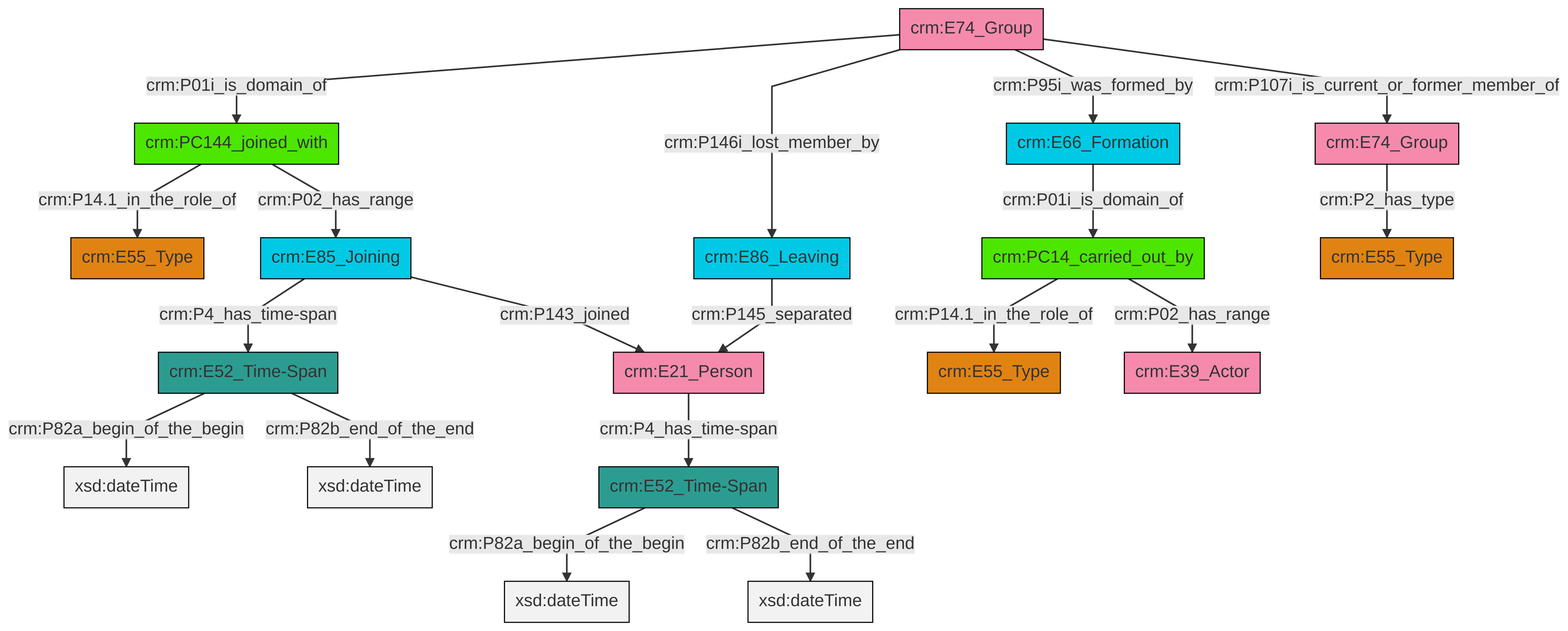
Before: et/groupCSV/ttl/mmd/png/group_actor_relations.png, a diagram exported from Mermaid (swiss-art-research-net/reference-data-models). Its source is kept beside it as et/groupCSV/ttl/mmd/group_actor_relations.ttl.mmd.
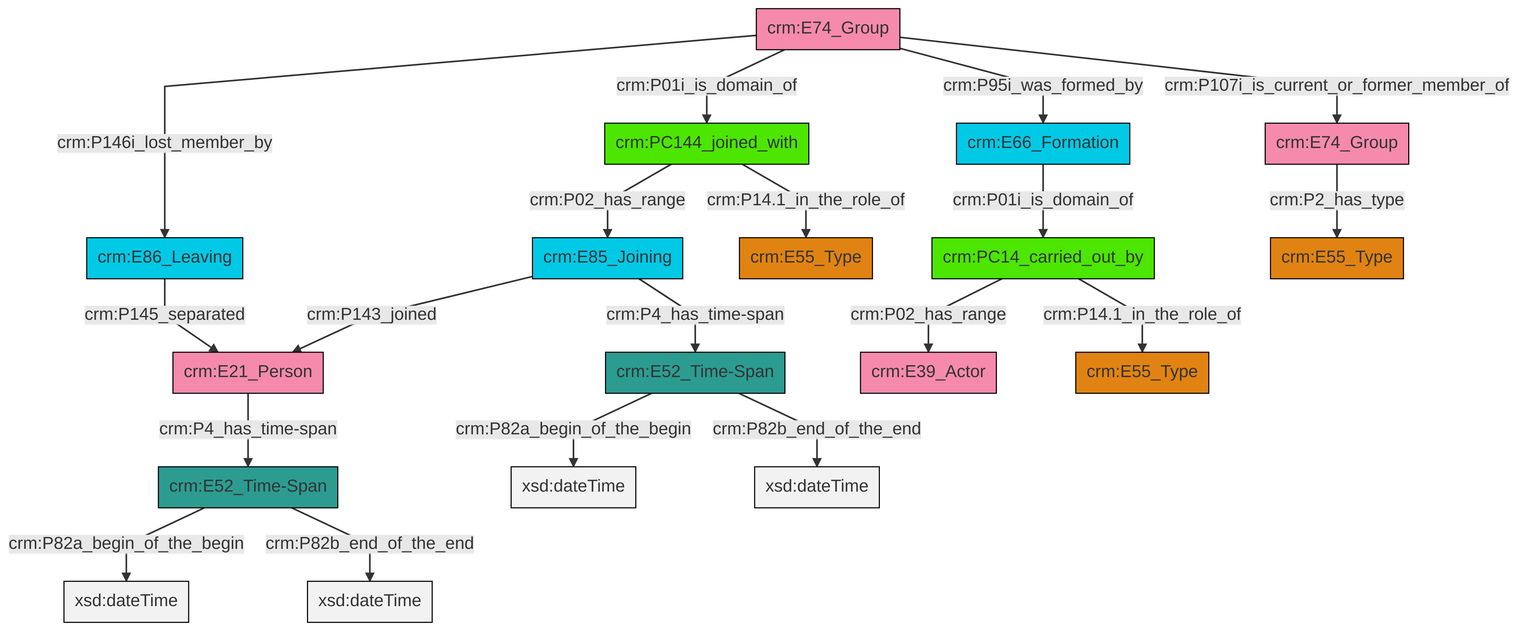
The same file after the commit.

Change to the diagram source:
```diff
@@ -13,21 +13,21 @@
 classDef PC_Classes fill:#4ce600, stroke:#000000;
 classDef Multi fill:#cccccc,stroke:#000000;
 
-0["crm:E86_Leaving"]:::Temporal_Entity -->|crm:P145_separated| 1["crm:E21_Person"]:::Actor
-4["crm:E85_Joining"]:::Temporal_Entity -->|crm:P4_has_time-span| 2["crm:E52_Time-Span"]:::Time-Span
-7["crm:PC14_carried_out_by"]:::PC_Classes -->|crm:P14.1_in_the_role_of| 5["crm:E55_Type"]:::Type
-15["crm:E52_Time-Span"]:::Time-Span -->|crm:P82a_begin_of_the_begin| 16[xsd:dateTime]:::Literal
-1["crm:E21_Person"]:::Actor -->|crm:P4_has_time-span| 15["crm:E52_Time-Span"]:::Time-Span
-20["crm:E66_Formation"]:::Temporal_Entity -->|crm:P01i_is_domain_of| 7["crm:PC14_carried_out_by"]:::PC_Classes
-21["crm:E74_Group"]:::Actor -->|crm:P01i_is_domain_of| 22["crm:PC144_joined_with"]:::PC_Classes
-21["crm:E74_Group"]:::Actor -->|crm:P146i_lost_member_by| 0["crm:E86_Leaving"]:::Temporal_Entity
-21["crm:E74_Group"]:::Actor -->|crm:P95i_was_formed_by| 20["crm:E66_Formation"]:::Temporal_Entity
-21["crm:E74_Group"]:::Actor -->|crm:P107i_is_current_or_former_member_of| 18["crm:E74_Group"]:::Actor
-2["crm:E52_Time-Span"]:::Time-Span -->|crm:P82a_begin_of_the_begin| 27[xsd:dateTime]:::Literal
-4["crm:E85_Joining"]:::Temporal_Entity -->|crm:P143_joined| 1["crm:E21_Person"]:::Actor
-22["crm:PC144_joined_with"]:::PC_Classes -->|crm:P14.1_in_the_role_of| 12["crm:E55_Type"]:::Type
-7["crm:PC14_carried_out_by"]:::PC_Classes -->|crm:P02_has_range| 8["crm:E39_Actor"]:::Actor
-15["crm:E52_Time-Span"]:::Time-Span -->|crm:P82b_end_of_the_end| 30[xsd:dateTime]:::Literal
-2["crm:E52_Time-Span"]:::Time-Span -->|crm:P82b_end_of_the_end| 33[xsd:dateTime]:::Literal
-22["crm:PC144_joined_with"]:::PC_Classes -->|crm:P02_has_range| 4["crm:E85_Joining"]:::Temporal_Entity
-18["crm:E74_Group"]:::Actor -->|crm:P2_has_type| 10["crm:E55_Type"]:::Type
+0["crm:E74_Group"]:::Actor -->|crm:P01i_is_domain_of| 1["crm:PC144_joined_with"]:::PC_Classes
+6["crm:E52_Time-Span"]:::Time-Span -->|crm:P82a_begin_of_the_begin| 7[xsd:dateTime]:::Literal
+8["crm:E52_Time-Span"]:::Time-Span -->|crm:P82a_begin_of_the_begin| 9[xsd:dateTime]:::Literal
+10["crm:E85_Joining"]:::Temporal_Entity -->|crm:P4_has_time-span| 8["crm:E52_Time-Span"]:::Time-Span
+6["crm:E52_Time-Span"]:::Time-Span -->|crm:P82b_end_of_the_end| 12[xsd:dateTime]:::Literal
+13["crm:E21_Person"]:::Actor -->|crm:P4_has_time-span| 6["crm:E52_Time-Span"]:::Time-Span
+1["crm:PC144_joined_with"]:::PC_Classes -->|crm:P14.1_in_the_role_of| 14["crm:E55_Type"]:::Type
+0["crm:E74_Group"]:::Actor -->|crm:P146i_lost_member_by| 15["crm:E86_Leaving"]:::Temporal_Entity
+1["crm:PC144_joined_with"]:::PC_Classes -->|crm:P02_has_range| 10["crm:E85_Joining"]:::Temporal_Entity
+15["crm:E86_Leaving"]:::Temporal_Entity -->|crm:P145_separated| 13["crm:E21_Person"]:::Actor
+8["crm:E52_Time-Span"]:::Time-Span -->|crm:P82b_end_of_the_end| 26[xsd:dateTime]:::Literal
+2["crm:PC14_carried_out_by"]:::PC_Classes -->|crm:P14.1_in_the_role_of| 21["crm:E55_Type"]:::Type
+4["crm:E74_Group"]:::Actor -->|crm:P2_has_type| 27["crm:E55_Type"]:::Type
+2["crm:PC14_carried_out_by"]:::PC_Classes -->|crm:P02_has_range| 19["crm:E39_Actor"]:::Actor
+0["crm:E74_Group"]:::Actor -->|crm:P95i_was_formed_by| 17["crm:E66_Formation"]:::Temporal_Entity
+10["crm:E85_Joining"]:::Temporal_Entity -->|crm:P143_joined| 13["crm:E21_Person"]:::Actor
+17["crm:E66_Formation"]:::Temporal_Entity -->|crm:P01i_is_domain_of| 2["crm:PC14_carried_out_by"]:::PC_Classes
+0["crm:E74_Group"]:::Actor -->|crm:P107i_is_current_or_former_member_of| 4["crm:E74_Group"]:::Actor
```
